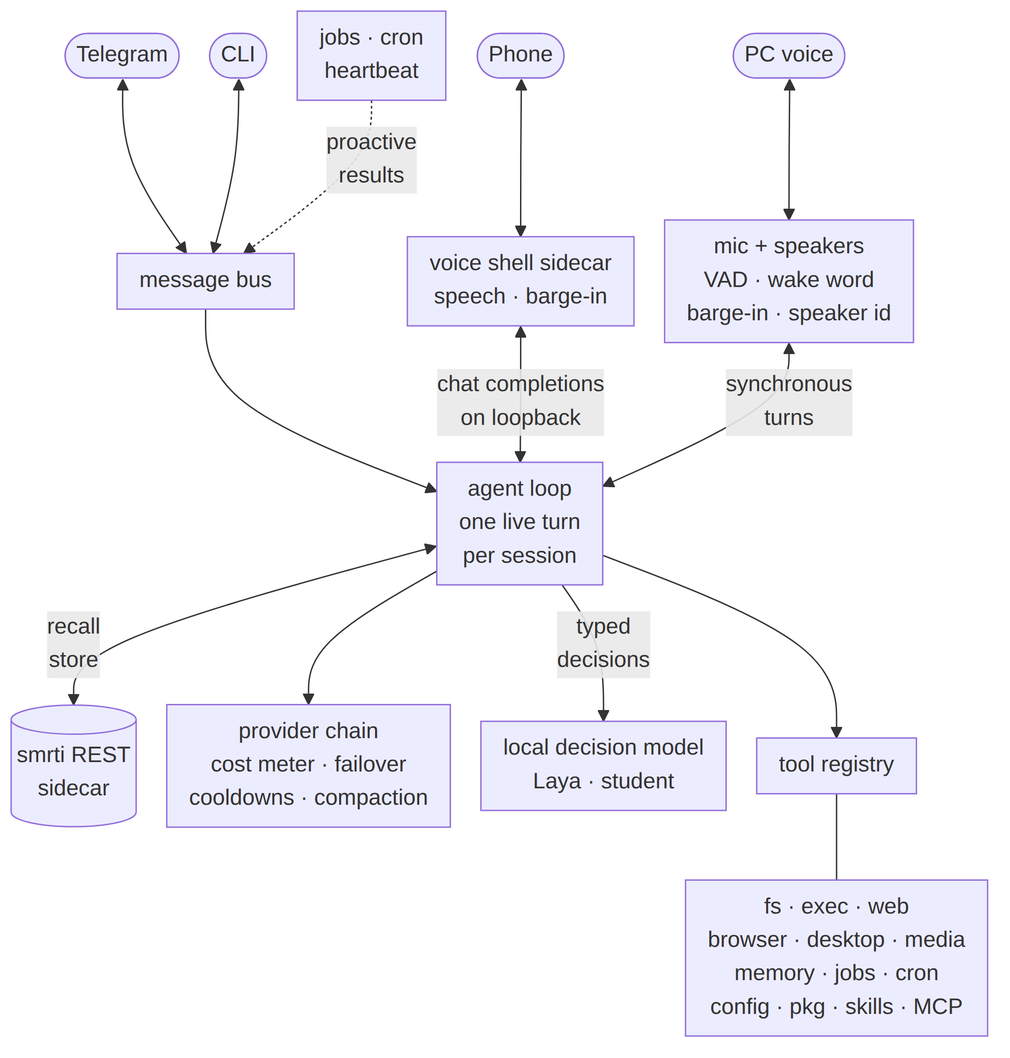
cyqlelabs/factor keeps this Mermaid diagram as docs/assets/architecture.png. Above is the earlier version. Its source is kept beside it as docs/assets/architecture.mmd.
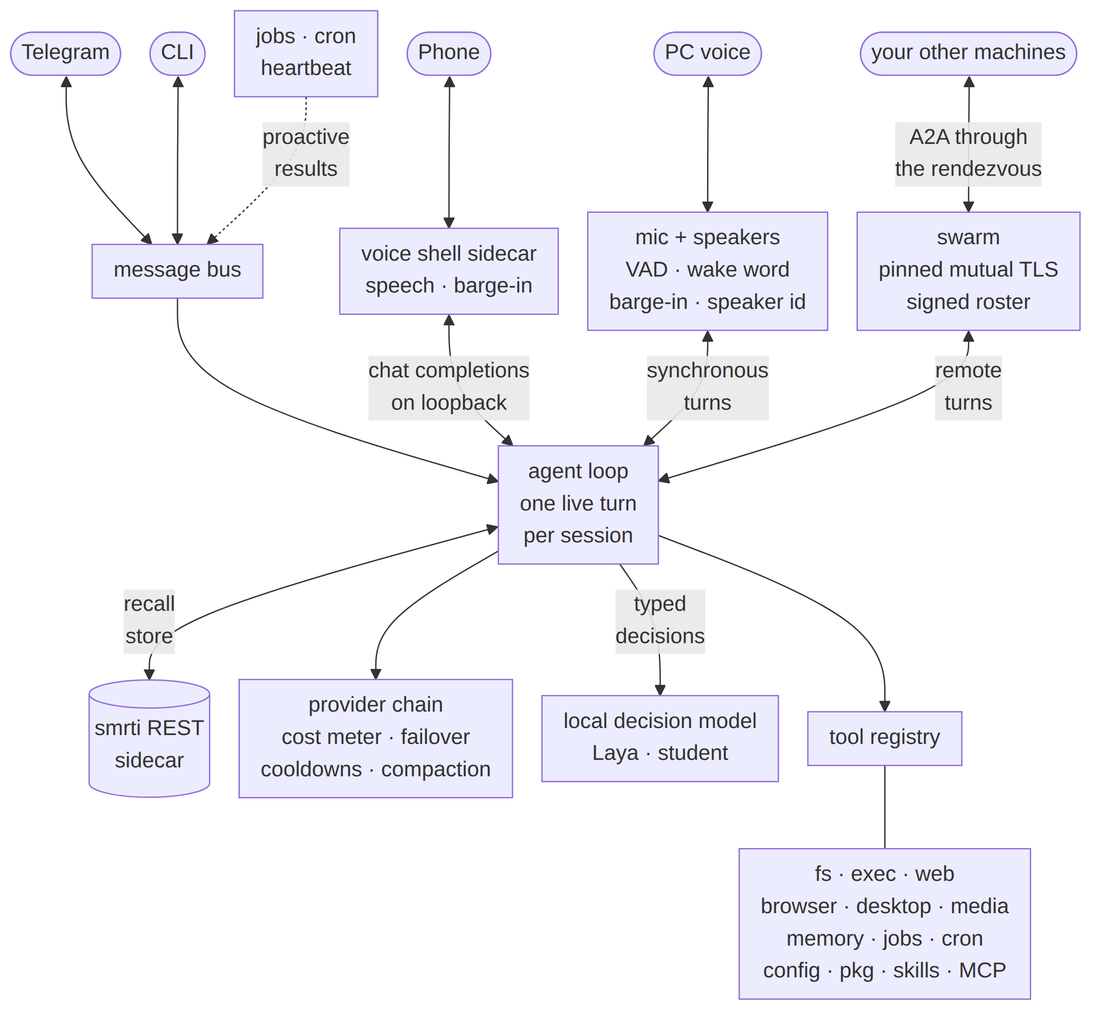
Above is the later version.

What changed in the source:
```diff
@@ -12,3 +12,5 @@
     LOOP --> REG[tool registry]
     REG --- SUITES["fs · exec · web<br/>browser · desktop · media<br/>memory · jobs · cron<br/>config · pkg · skills · MCP"]
     BG[jobs · cron<br/>heartbeat] -.->|proactive<br/>results| BUS
+    PEERS([your other machines]) <-->|A2A through<br/>the rendezvous| SW["swarm<br/>pinned mutual TLS<br/>signed roster"]
+    SW <-->|remote<br/>turns| LOOP
```
